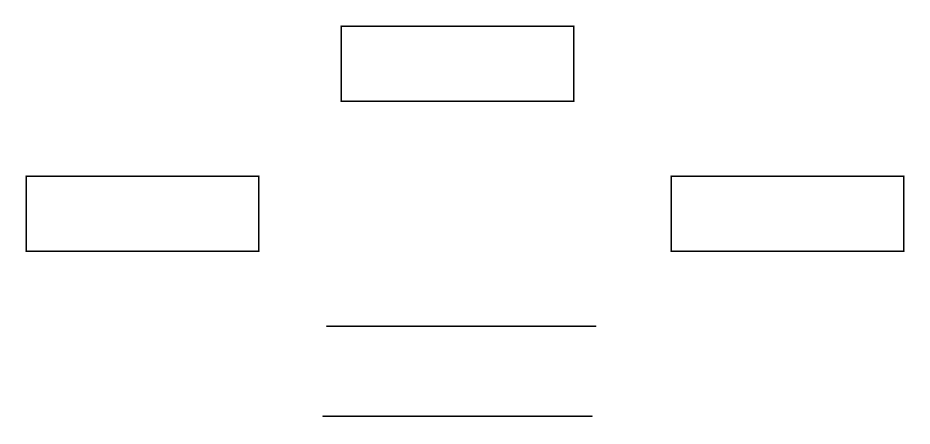
Above: CheckUrDFDForNewStrategyOption.drawio in ht-N/NMCNPM (draw.io), before the change. Source tidied: cells renumbered, new cells numbered last; positions are measured from the earlier drawing's top-left corner, leaving out a move shared by most shapes. Both pictures are drawn from the tidied source at 150%, with x=0, y=0 at pixel (26, 26).
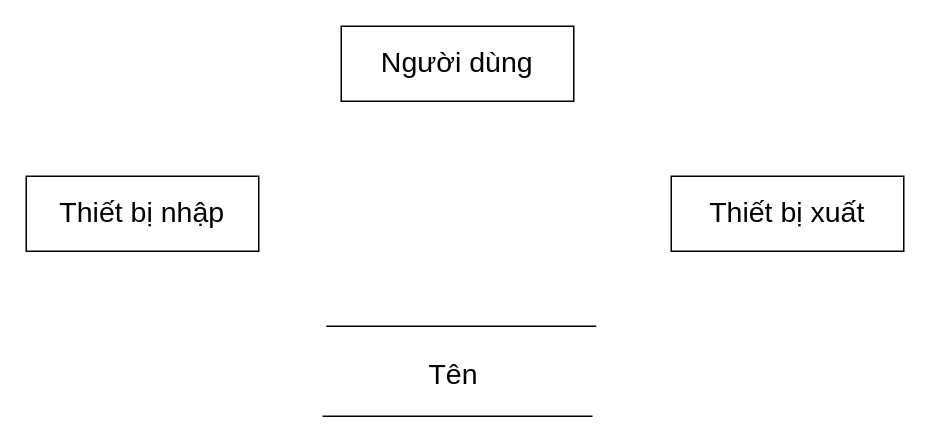
The same diagram, later.

The edit, as a diff of the source:
```diff
@@
 <mxGraphModel>
   <root>
     <mxCell id="0" />
     <mxCell id="1" parent="0" />
-    <mxCell id="2" style="rounded=0;whiteSpace=wrap;html=1;" parent="1" vertex="1">
+    <mxCell id="2" value="Người dùng" style="rounded=0;whiteSpace=wrap;html=1;fontSize=19;" parent="1" vertex="1">
       <mxGeometry x="210" width="155" height="50" as="geometry" />
     </mxCell>
-    <mxCell id="3" style="rounded=0;whiteSpace=wrap;html=1;" parent="1" vertex="1">
+    <mxCell id="3" value="Thiết bị nhập" style="rounded=0;whiteSpace=wrap;html=1;fontSize=19;" parent="1" vertex="1">
       <mxGeometry y="100" width="155" height="50" as="geometry" />
     </mxCell>
-    <mxCell id="4" style="rounded=0;whiteSpace=wrap;html=1;" parent="1" vertex="1">
+    <mxCell id="4" value="Thiết bị xuất" style="rounded=0;whiteSpace=wrap;html=1;fontSize=19;" parent="1" vertex="1">
       <mxGeometry x="430" y="100" width="155" height="50" as="geometry" />
     </mxCell>
     <mxCell id="5" style="endArrow=none;html=1;rounded=0;" parent="1" edge="1">
       <mxGeometry relative="1" as="geometry">
         <mxPoint x="200" y="200" as="sourcePoint" />
         <mxPoint x="380" y="200" as="targetPoint" />
       </mxGeometry>
     </mxCell>
     <mxCell id="6" style="endArrow=none;html=1;rounded=0;" parent="1" edge="1">
       <mxGeometry relative="1" as="geometry">
         <mxPoint x="197.5" y="260" as="sourcePoint" />
         <mxPoint x="377.5" y="260" as="targetPoint" />
       </mxGeometry>
     </mxCell>
+    <mxCell id="7" value="Tên" style="text;html=1;align=center;verticalAlign=middle;whiteSpace=wrap;rounded=0;fontSize=19;" parent="1" vertex="1">
+      <mxGeometry x="254.5" y="218" width="60" height="30" as="geometry" />
+    </mxCell>
   </root>
 </mxGraphModel>
```
